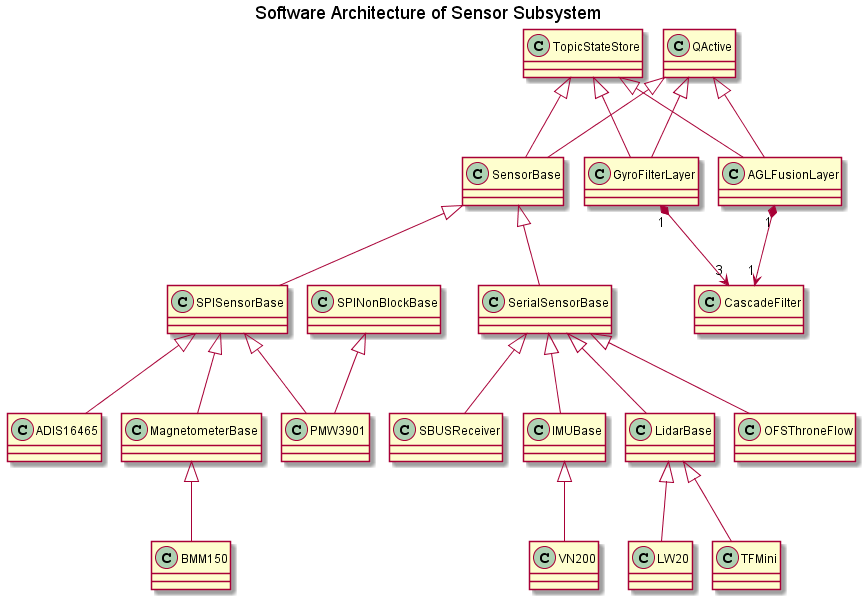
khanhln2907/Software_Architecture keeps this PlantUML diagram as out/Sensors/SFU_v1/SFU_v1.png. Above is the earlier version. Source of this version:
```plantuml
@startuml


skinparam nodesep 20

skinparam ranksep 80


title Software Architecture of Sensor Subsystem

class QActive{

}

class SensorBase{
}

class SerialSensorBase{
}

class SPISensorBase{

}

class IMUBase{

}

class MagnetometerBase{

}


class LidarBase{

}

class TopicStateStore{

}



class PMW3901{

}

class VN200{

}

class ADIS16465{

}

class BMM150{

}

class TFMini{

}

class LW20{

}





class OFSThroneFlow{

}

class SBUSReceiver{

}

class AGLFusionLayer{

}

class GyroFilterLayer{

}

class CascadeFilter {

}


QActive <|-- SensorBase
QActive <|-- AGLFusionLayer
QActive <|-- GyroFilterLayer

SensorBase <|-d- SerialSensorBase
SensorBase <|-d- SPISensorBase

SerialSensorBase <|-d- IMUBase
SerialSensorBase <|-d- LidarBase
SerialSensorBase <|-d- SBUSReceiver
SPISensorBase <|-d- MagnetometerBase
SPISensorBase -r[hidden]-> SerialSensorBase

SensorBase -u-|> TopicStateStore
AGLFusionLayer -u-|> TopicStateStore
GyroFilterLayer -u-|> TopicStateStore

AGLFusionLayer "1" *--> "1" CascadeFilter
GyroFilterLayer "1" *--> "3" CascadeFilter

MagnetometerBase <|-d- BMM150



IMUBase <|-d- VN200

LidarBase <|-d- TFMini
LidarBase <|-d- LW20



SerialSensorBase <|-d- OFSThroneFlow
SPISensorBase <|-d- PMW3901
SPINonBlockBase <|-d- PMW3901
SPISensorBase <|-d- ADIS16465

























@enduml
```
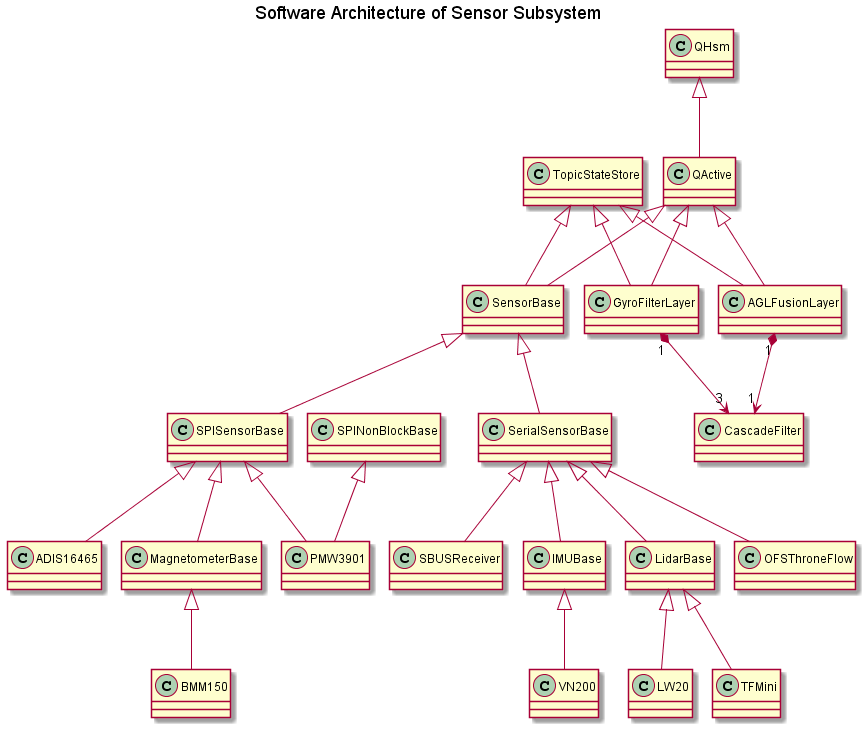
The same file after the commit.

Diff of the diagram source:
```diff
@@ -90,6 +90,7 @@
 }
 
 
+QHsm <|-- QActive
 QActive <|-- SensorBase
 QActive <|-- AGLFusionLayer
 QActive <|-- GyroFilterLayer
```
